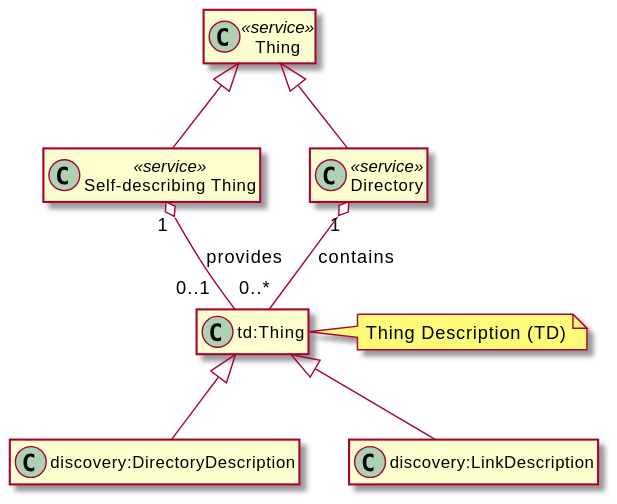
w3c/wot-discovery keeps this PlantUML diagram as images/exploration-class-diagram.svg. Above is the earlier version.
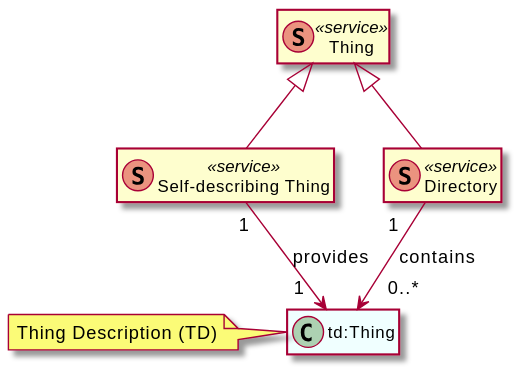
Later version of the same file.

Commit message:
Update exploration figures and types (#181)

Diff of the diagram source:
```diff
@@ -2,26 +2,19 @@
 hide methods
 hide members
 
-class Thing <<service>>
+class Thing <<(S,#eb937f) service>>
 together {
-    class SelfDesc as "Self-describing Thing" <<service>>
-    class Directory <<service>>
+    class SelfDesc as "Self-describing Thing" <<(S,#eb937f) service>>
+    class Directory <<(S,#eb937f) service>>
 }
 
-class TD as "td:Thing"
-note right: Thing Description (TD)
-together {
-    class DD as "discovery:DirectoryDescription"
-
-    class LD as "discovery:LinkDescription"
-}
+class TD as "td:Thing" #Azure
+note left: Thing Description (TD)
 
 Thing <|-- SelfDesc
 Thing <|-- Directory
-SelfDesc "1" o-- "0..1  " TD: provides
-TD <|-- DD
-TD <|-- LD
-Directory "1" o-- "0..*" TD: contains
+SelfDesc "1" --> "1  " TD: provides
+Directory "1   " --> "   0..*" TD: contains
 
 
 @enduml
```
